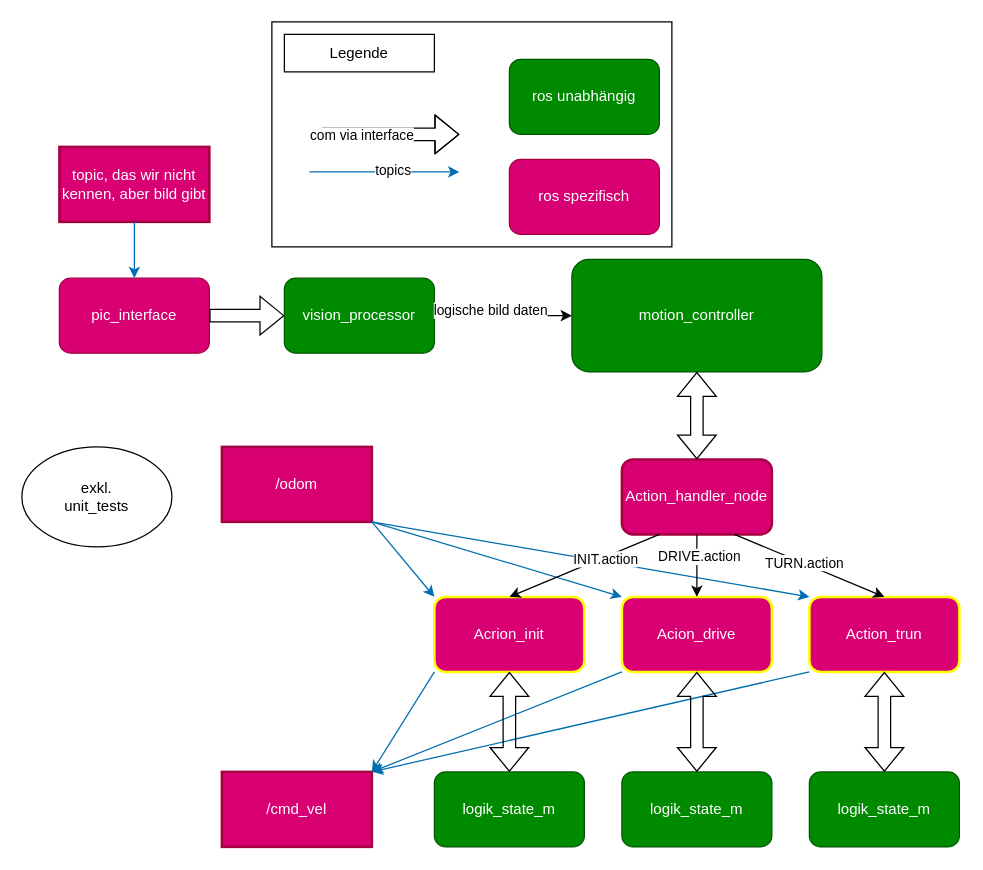
Above: page "Seite-1" (1 of 2) of misc/archv1.drawio in derlole/MURI (draw.io), before the change. Source tidied: cells renumbered, new cells numbered last; positions are measured from the earlier drawing's top-left corner, leaving out a move shared by most shapes. Both pictures are drawn from the tidied source at 125%, with x=0, y=0 at pixel (21, 21).
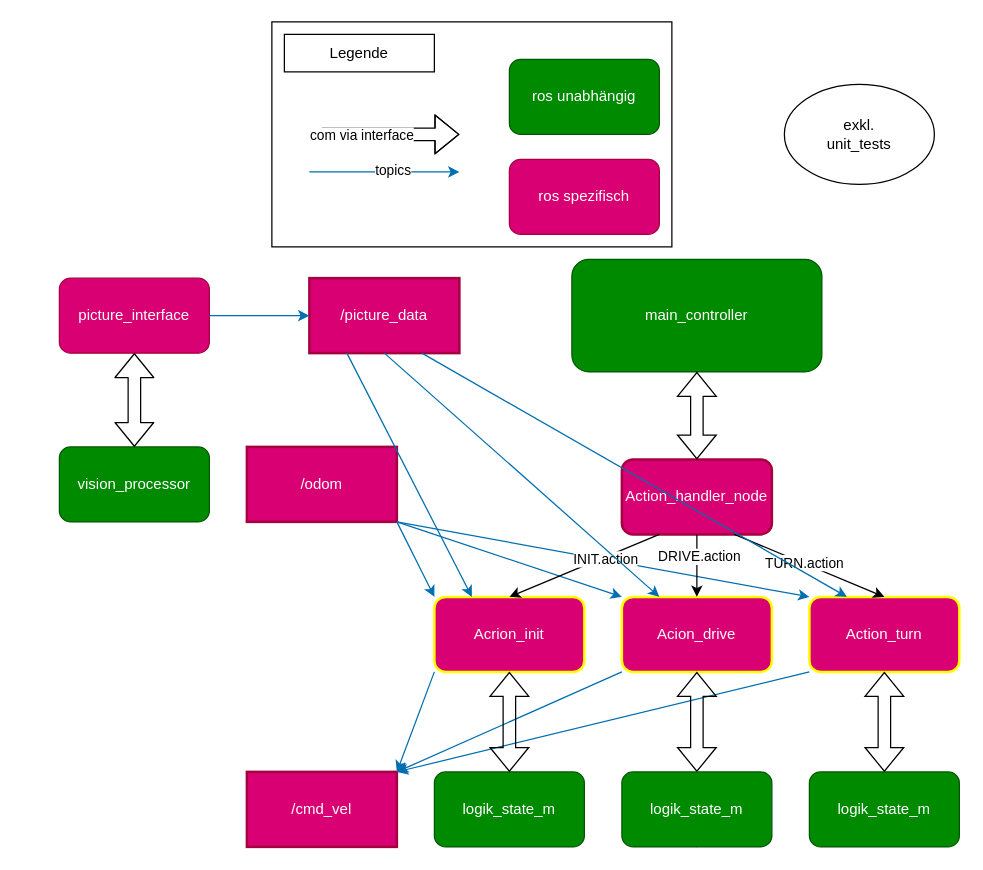
Above is the later version.

The change refers to these unchanged cells:
```xml
<mxCell id="4" value="Acion_drive" style="rounded=1;whiteSpace=wrap;html=1;fillColor=#d80073;fontColor=#ffffff;strokeColor=#FFFF00;strokeWidth=2;" parent="1" vertex="1">
  <mxGeometry x="480" y="460" width="120" height="60" as="geometry" />
</mxCell>
<mxCell id="5" value="Acrion_init" style="rounded=1;whiteSpace=wrap;html=1;fillColor=#d80073;fontColor=#ffffff;strokeColor=#FFFF00;strokeWidth=2;" parent="1" vertex="1">
  <mxGeometry x="330" y="460" width="120" height="60" as="geometry" />
</mxCell>
```

What changed in the source:
```diff
@@
-    <mxCell id="2" value="motion_controller" style="rounded=1;whiteSpace=wrap;html=1;fillColor=#008a00;fontColor=#ffffff;strokeColor=#005700;" parent="1" vertex="1">
+    <mxCell id="2" value="main_controller" style="rounded=1;whiteSpace=wrap;html=1;fillColor=#008a00;fontColor=#ffffff;strokeColor=#005700;" parent="1" vertex="1">
       <mxGeometry x="440" y="190" width="200" height="90" as="geometry" />
     </mxCell>
-    <mxCell id="3" value="pic_interface" style="rounded=1;whiteSpace=wrap;html=1;fillColor=#d80073;fontColor=#ffffff;strokeColor=#A50040;" parent="1" vertex="1">
+    <mxCell id="3" value="picture_interface" style="rounded=1;whiteSpace=wrap;html=1;fillColor=#d80073;fontColor=#ffffff;strokeColor=#A50040;" parent="1" vertex="1">
       <mxGeometry x="30" y="205" width="120" height="60" as="geometry" />
     </mxCell>
@@
-    <mxCell id="6" value="Action_trun" style="rounded=1;whiteSpace=wrap;html=1;fillColor=#d80073;fontColor=#ffffff;strokeColor=#FFFF00;strokeWidth=2;" parent="1" vertex="1">
+    <mxCell id="6" value="Action_turn" style="rounded=1;whiteSpace=wrap;html=1;fillColor=#d80073;fontColor=#ffffff;strokeColor=#FFFF00;strokeWidth=2;" parent="1" vertex="1">
       <mxGeometry x="630" y="460" width="120" height="60" as="geometry" />
     </mxCell>
     <mxCell id="7" value="/cmd_vel" style="rounded=0;whiteSpace=wrap;html=1;fillColor=#d80073;fontColor=#ffffff;strokeColor=light-dark(#A50040, #00eeff);strokeWidth=2;" parent="1" vertex="1">
-      <mxGeometry x="160" y="600" width="120" height="60" as="geometry" />
+      <mxGeometry x="180" y="600" width="120" height="60" as="geometry" />
     </mxCell>
     <mxCell id="8" value="/odom" style="rounded=0;whiteSpace=wrap;html=1;fillColor=#d80073;fontColor=#ffffff;strokeColor=light-dark(#A50040, #00eeff);strokeWidth=2;" parent="1" vertex="1">
-      <mxGeometry x="160" y="340" width="120" height="60" as="geometry" />
+      <mxGeometry x="180" y="340" width="120" height="60" as="geometry" />
     </mxCell>
@@
-    <mxCell id="17" value="topic, das wir nicht kennen, aber bild gibt" style="rounded=0;whiteSpace=wrap;html=1;fillColor=#d80073;fontColor=#ffffff;strokeColor=light-dark(#A50040, #00eeff);strokeWidth=2;" parent="1" vertex="1">
-      <mxGeometry x="30" y="100" width="120" height="60" as="geometry" />
-    </mxCell>
-    <mxCell id="18" style="endArrow=classic;html=1;rounded=0;exitX=0.5;exitY=1;exitDx=0;exitDy=0;entryX=0.5;entryY=0;entryDx=0;entryDy=0;fillColor=#1ba1e2;strokeColor=#006EAF;" parent="1" edge="1" source="17" target="3">
-      <mxGeometry relative="1" as="geometry" />
-    </mxCell>
     <mxCell id="19" value="vision_processor" style="rounded=1;whiteSpace=wrap;html=1;fillColor=#008a00;fontColor=#ffffff;strokeColor=#005700;" parent="1" vertex="1">
-      <mxGeometry x="210" y="205" width="120" height="60" as="geometry" />
+      <mxGeometry x="30" y="340" width="120" height="60" as="geometry" />
     </mxCell>
-    <mxCell id="20" style="shape=flexArrow;endArrow=classic;html=1;rounded=0;exitX=1;exitY=0.5;exitDx=0;exitDy=0;entryX=0;entryY=0.5;entryDx=0;entryDy=0;" parent="1" edge="1" source="3" target="19">
-      <mxGeometry relative="1" as="geometry" />
-    </mxCell>
-    <mxCell id="21" style="endArrow=classic;html=1;rounded=0;exitX=1;exitY=0.5;exitDx=0;exitDy=0;entryX=0;entryY=0.5;entryDx=0;entryDy=0;" parent="1" edge="1" source="19" target="2">
-      <mxGeometry relative="1" as="geometry" />
-    </mxCell>
-    <mxCell id="22" value="logische bild daten" style="edgeLabel;html=1;align=center;verticalAlign=middle;" parent="21" vertex="1">
-      <mxGeometry x="0.13" y="-1" relative="1" as="geometry">
-        <mxPoint x="-18" y="-6" as="offset" />
-      </mxGeometry>
-    </mxCell>
@@
     <mxCell id="30" value="exkl.&lt;div&gt;unit_tests&lt;/div&gt;" style="ellipse;whiteSpace=wrap;html=1;" parent="1" vertex="1">
-      <mxGeometry y="340" width="120" height="80" as="geometry" />
+      <mxGeometry x="610" y="50" width="120" height="80" as="geometry" />
     </mxCell>
@@
+    <mxCell id="45" style="shape=flexArrow;endArrow=classic;startArrow=classic;html=1;entryX=0.5;entryY=1;entryDx=0;entryDy=0;exitX=0.5;exitY=0;exitDx=0;exitDy=0;" parent="1" edge="1" source="19" target="3">
+      <mxGeometry relative="1" as="geometry" />
+    </mxCell>
+    <mxCell id="46" value="/picture_data" style="rounded=0;whiteSpace=wrap;html=1;fillColor=#d80073;fontColor=#ffffff;strokeColor=light-dark(#A50040, #00eeff);strokeWidth=2;" parent="1" vertex="1">
+      <mxGeometry x="230" y="205" width="120" height="60" as="geometry" />
+    </mxCell>
+    <mxCell id="47" style="endArrow=classic;html=1;rounded=0;exitX=1;exitY=0.5;exitDx=0;exitDy=0;entryX=0;entryY=0.5;entryDx=0;entryDy=0;fillColor=#1ba1e2;strokeColor=#006EAF;" parent="1" edge="1" source="3" target="46">
+      <mxGeometry relative="1" as="geometry" />
+    </mxCell>
+    <mxCell id="48" style="endArrow=classic;html=1;rounded=0;exitX=0.25;exitY=1;exitDx=0;exitDy=0;fillColor=#1ba1e2;strokeColor=#006EAF;entryX=0.25;entryY=0;entryDx=0;entryDy=0;" parent="1" edge="1" source="46" target="5">
+      <mxGeometry relative="1" as="geometry" />
+    </mxCell>
+    <mxCell id="49" style="endArrow=classic;html=1;rounded=0;exitX=0.5;exitY=1;exitDx=0;exitDy=0;fillColor=#1ba1e2;strokeColor=#006EAF;entryX=0.25;entryY=0;entryDx=0;entryDy=0;" parent="1" edge="1" source="46" target="4">
+      <mxGeometry relative="1" as="geometry" />
+    </mxCell>
+    <mxCell id="50" style="endArrow=classic;html=1;rounded=0;exitX=0.75;exitY=1;exitDx=0;exitDy=0;fillColor=#1ba1e2;strokeColor=#006EAF;entryX=0.25;entryY=0;entryDx=0;entryDy=0;" parent="1" edge="1" source="46" target="6">
+      <mxGeometry relative="1" as="geometry" />
+    </mxCell>
```
